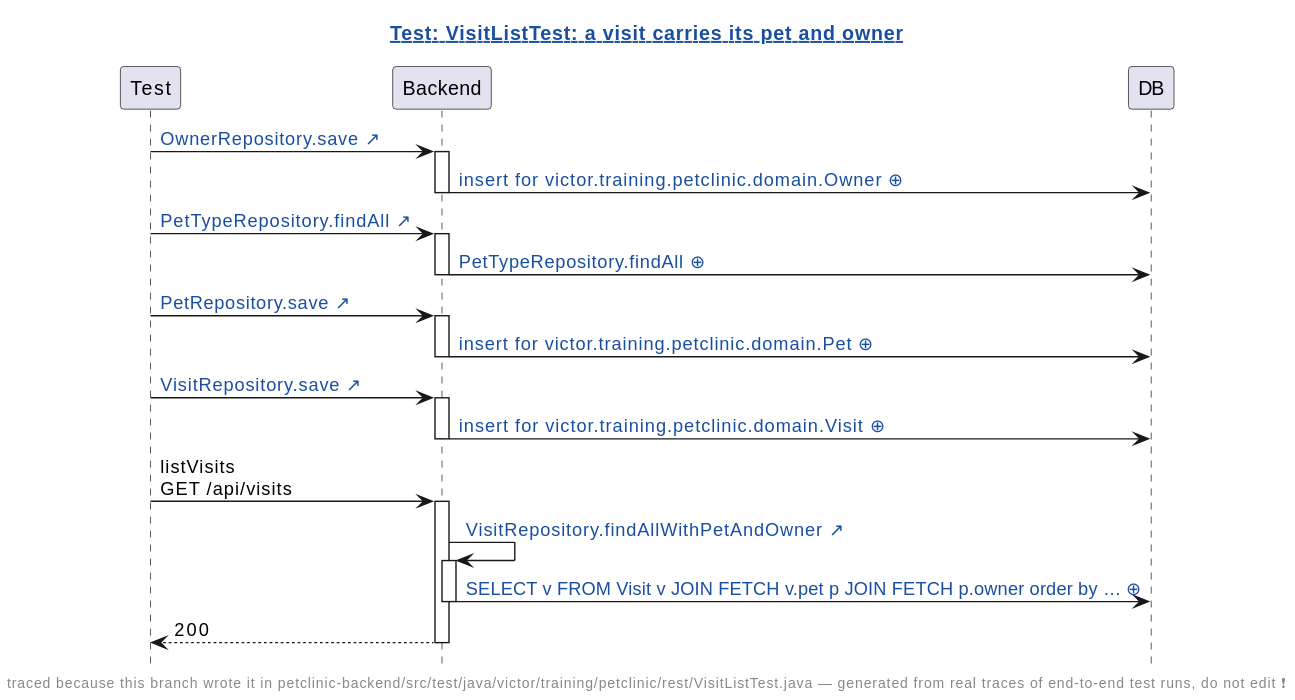
This is demo/demo2/assets/diagrams/petclinic-test_generated_VisitListTest.java.a-visit-carries-its-pet-and-owner.genseq.diff.svg from victorrentea/human-review, a PlantUML export, as it was before one commit.
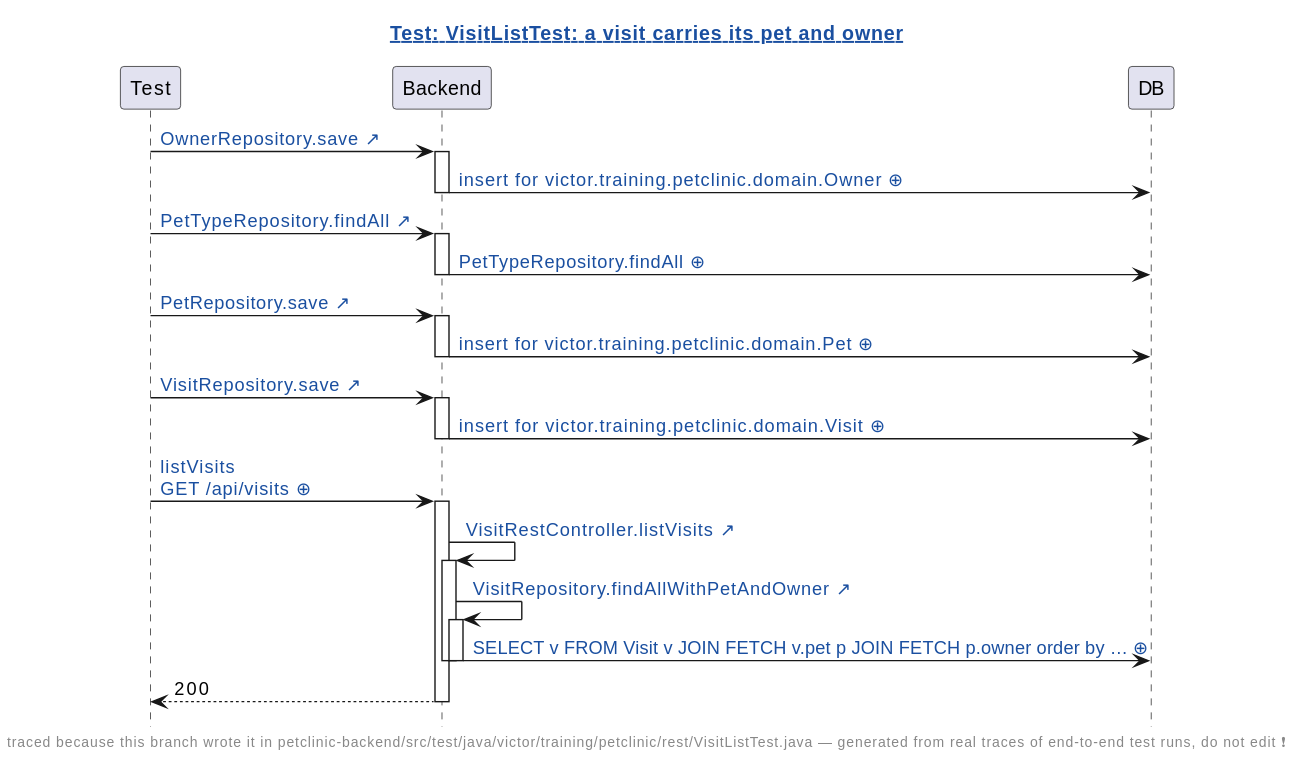
After the change.

What changed in the source:
```diff
@@ -25,12 +25,15 @@
 activate Backend
 Backend -> DB: [[genseq://15t4cj9{Click for the statement behind this call} insert for victor.training.petclinic.domain.Visit ⊕]]
 deactivate Backend
-Test -> Backend: listVisits\nGET /api/visits
+Test -> Backend: [[genseq://06pr5p7{Click for the request as it was sent} listVisits\nGET /api/visits ⊕]]
+activate Backend
+Backend -> Backend: [[src://petclinic-backend/src/main/java/victor/training/petclinic/rest/VisitRestController.java:54{Click to open VisitRestController.listVisits} VisitRestController.listVisits ↗]]
 activate Backend
 Backend -> Backend: [[src://petclinic-backend/src/main/java/victor/training/petclinic/repository/VisitRepository.java:22{Click to open VisitRepository.findAllWithPetAndOwner} VisitRepository.findAllWithPetAndOwner ↗]]
 activate Backend
 Backend -> DB: [[genseq://114roce{Click for the statement behind this call} SELECT v FROM Visit v JOIN FETCH v.pet p JOIN FETCH p.owner order by … ⊕]]
 deactivate Backend
+deactivate Backend
 Backend --> Test: 200
 deactivate Backend
 @enduml
```
